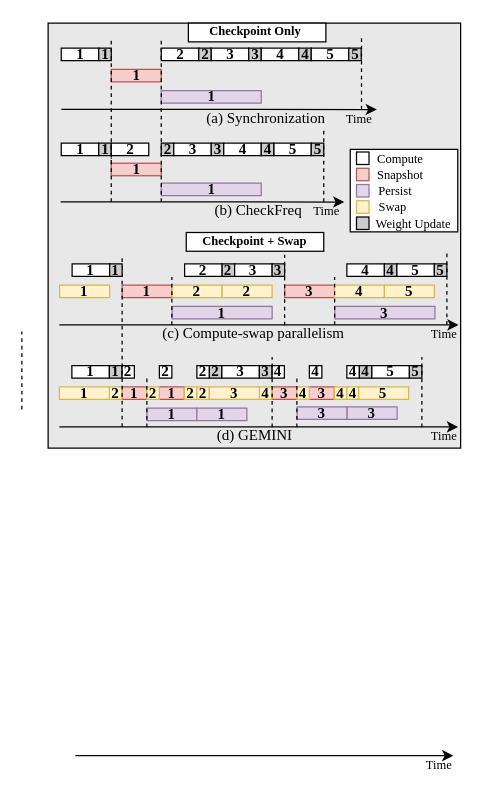
Earlier version of the draw.io diagram fig/pipeline_mot.drawio (icszhr/NCheck). Source tidied: cells renumbered, new cells numbered last; positions are measured from the earlier drawing's top-left corner, leaving out a move shared by most shapes. Both pictures are drawn from the tidied source at 125%, with x=0, y=0 at pixel (21, 22).
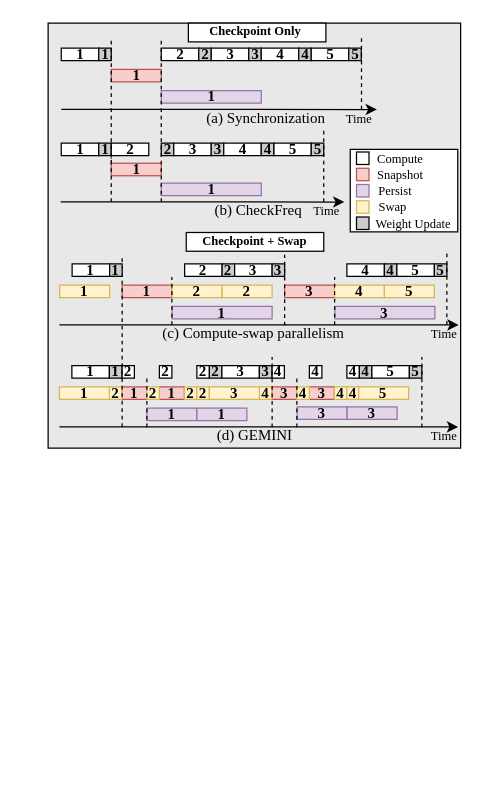
The same diagram, later.

What changed in the source:
```diff
@@
-    <mxCell id="79" style="endArrow=classic;html=1;rounded=0;" parent="1" edge="1">
-      <mxGeometry relative="1" as="geometry">
-        <mxPoint x="42.8" y="586" as="sourcePoint" />
-        <mxPoint x="345.2" y="586" as="targetPoint" />
-      </mxGeometry>
-    </mxCell>
-    <mxCell id="80" value="&lt;p style=&quot;line-height: 100%;&quot;&gt;&lt;font style=&quot;font-size: 10px;&quot;&gt;Time&lt;/font&gt;&lt;/p&gt;" style="text;html=1;align=center;verticalAlign=middle;whiteSpace=wrap;rounded=0;fontFamily=Times New Roman;" parent="1" vertex="1">
-      <mxGeometry x="309" y="588" width="50" height="10" as="geometry" />
-    </mxCell>
@@
-    <mxCell id="83" style="endArrow=none;html=1;rounded=0;dashed=1;" parent="1" edge="1">
-      <mxGeometry relative="1" as="geometry">
-        <mxPoint y="309" as="sourcePoint" />
-        <mxPoint y="246.6" as="targetPoint" />
-      </mxGeometry>
-    </mxCell>
```
